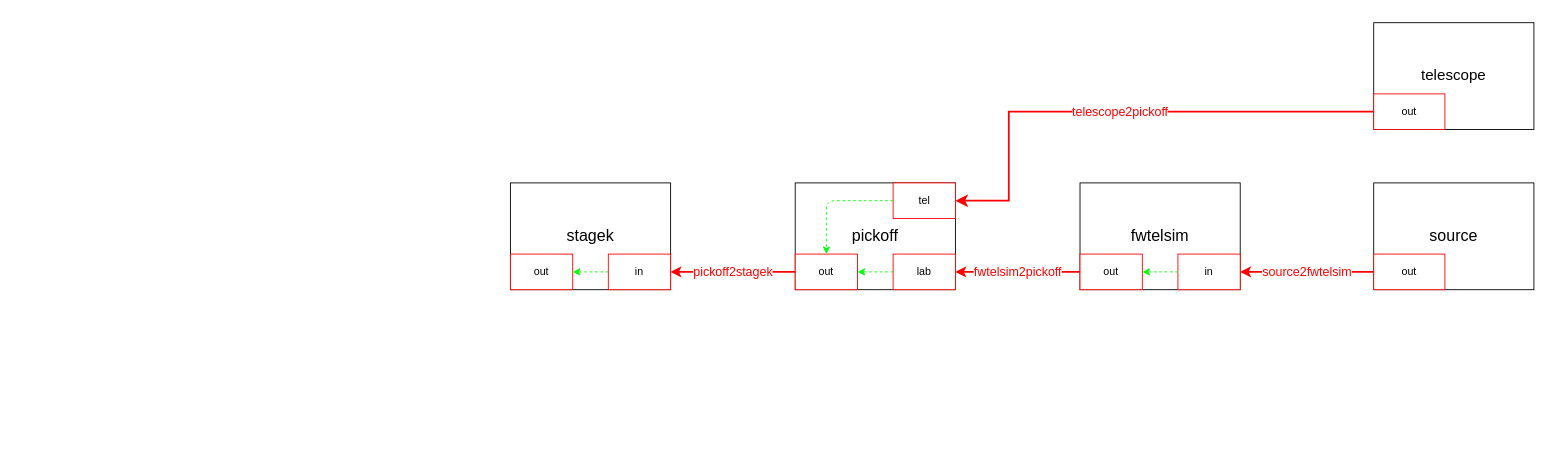
This is utils/instGraph/magaox.drawio from uasal/MagAOX-scoob, a draw.io file, before an edit. Source tidied: cells renumbered, new cells numbered last; positions are measured from the earlier drawing's top-left corner, leaving out a move shared by most shapes. Both pictures are drawn from the tidied source at 89%, with x=0, y=0 at pixel (510, 22).
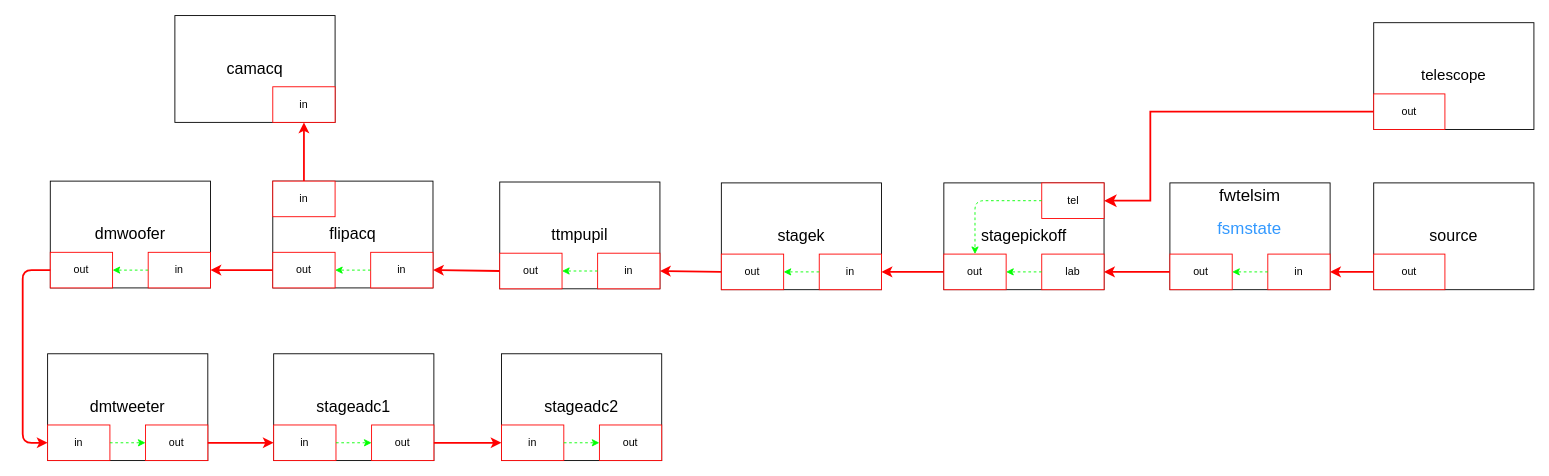
After the change.

Diff of the diagram source:
```diff
@@
-    <mxCell id="2" style="group;fontSize=14;labelBackgroundColor=none;fontColor=none;noLabel=1;" parent="1" vertex="1">
-      <mxGeometry x="970" width="180" height="120" as="geometry" />
-    </mxCell>
-    <mxCell id="3" value="telescope" style="rounded=0;whiteSpace=wrap;html=1;fontSize=17;" parent="2" vertex="1">
-      <mxGeometry width="180" height="120" as="geometry" />
+    <mxCell id="3" style="group;fontSize=14;labelBackgroundColor=none;fontColor=none;noLabel=1;" parent="1" vertex="1">
+      <mxGeometry x="970" width="180" height="120" as="geometry" />
     </mxCell>
+    <mxCell id="29" value="telescope" style="rounded=0;whiteSpace=wrap;html=1;fontSize=17;" parent="3" vertex="1">
+      <mxGeometry width="180" height="120" as="geometry" />
+    </mxCell>
-    <mxCell id="4" value="out" style="rounded=0;whiteSpace=wrap;html=1;strokeColor=#FF0000;" parent="2" vertex="1">
+    <mxCell id="4" value="out" style="rounded=0;whiteSpace=wrap;html=1;strokeColor=#FF0000;" parent="3" vertex="1">
       <mxGeometry y="80" width="80" height="40" as="geometry" />
     </mxCell>
-    <mxCell id="5" style="group;" parent="1" vertex="1">
-      <mxGeometry x="970" y="180" width="180" height="120" as="geometry" />
-    </mxCell>
-    <mxCell id="6" value="&lt;font style=&quot;font-size: 18px;&quot;&gt;source&lt;/font&gt;" style="rounded=0;whiteSpace=wrap;html=1;" parent="5" vertex="1">
-      <mxGeometry width="180" height="120" as="geometry" />
+    <mxCell id="6" style="group;" parent="1" vertex="1">
+      <mxGeometry x="970" y="180" width="180" height="120" as="geometry" />
     </mxCell>
+    <mxCell id="30" value="&lt;font style=&quot;font-size: 18px;&quot;&gt;source&lt;/font&gt;" style="rounded=0;whiteSpace=wrap;html=1;" parent="6" vertex="1">
+      <mxGeometry width="180" height="120" as="geometry" />
+    </mxCell>
-    <mxCell id="7" value="out" style="rounded=0;whiteSpace=wrap;html=1;strokeColor=#FF0000;" parent="5" vertex="1">
+    <mxCell id="7" value="out" style="rounded=0;whiteSpace=wrap;html=1;strokeColor=#FF0000;" parent="6" vertex="1">
       <mxGeometry y="80" width="80" height="40" as="geometry" />
     </mxCell>
-    <mxCell id="8" style="group;" parent="1" vertex="1">
-      <mxGeometry x="640" y="180" width="180" height="120" as="geometry" />
-    </mxCell>
-    <mxCell id="9" value="fwtelsim" style="rounded=0;whiteSpace=wrap;html=1;fontSize=18;" parent="8" vertex="1">
-      <mxGeometry width="180" height="120" as="geometry" />
+    <mxCell id="9" style="group;" parent="1" vertex="1">
+      <mxGeometry x="741" y="180" width="180" height="120" as="geometry" />
     </mxCell>
+    <mxCell id="31" style="rounded=0;whiteSpace=wrap;html=1;fontSize=18;" parent="9" vertex="1">
+      <mxGeometry width="180" height="120" as="geometry" />
+    </mxCell>
-    <mxCell id="10" value="in" style="rounded=0;whiteSpace=wrap;html=1;strokeColor=#FF0000;" parent="8" vertex="1">
+    <mxCell id="10" value="in" style="rounded=0;whiteSpace=wrap;html=1;strokeColor=#FF0000;" parent="9" vertex="1">
       <mxGeometry x="110" y="80" width="70" height="40" as="geometry" />
     </mxCell>
-    <mxCell id="11" value="out" style="rounded=0;whiteSpace=wrap;html=1;strokeColor=#FF0000;" parent="8" vertex="1">
+    <mxCell id="11" value="out" style="rounded=0;whiteSpace=wrap;html=1;strokeColor=#FF0000;" parent="9" vertex="1">
       <mxGeometry y="80" width="70" height="40" as="geometry" />
     </mxCell>
-    <mxCell id="12" style="endArrow=classic;html=1;exitX=0;exitY=0.5;exitDx=0;exitDy=0;entryX=1;entryY=0.5;entryDx=0;entryDy=0;strokeColor=#00FF00;dashed=1;" parent="8" edge="1" source="10" target="11">
+    <mxCell id="12" style="endArrow=classic;html=1;exitX=0;exitY=0.5;exitDx=0;exitDy=0;entryX=1;entryY=0.5;entryDx=0;entryDy=0;strokeColor=#00FF00;dashed=1;" parent="9" edge="1" source="10" target="11">
       <mxGeometry relative="1" as="geometry" />
     </mxCell>
-    <mxCell id="13" style="group;" parent="1" vertex="1">
-      <mxGeometry x="320" y="180" width="180" height="120" as="geometry" />
-    </mxCell>
-    <mxCell id="14" value="&lt;font style=&quot;font-size: 18px;&quot;&gt;pickoff&lt;/font&gt;" style="rounded=0;whiteSpace=wrap;html=1;" parent="13" vertex="1">
-      <mxGeometry width="180" height="120" as="geometry" />
-    </mxCell>
+    <mxCell id="32" value="fwtelsim" style="text;html=1;strokeColor=none;fillColor=none;align=center;verticalAlign=middle;whiteSpace=wrap;rounded=0;fontSize=19;" parent="9" vertex="1">
+      <mxGeometry x="1" width="178" height="30" as="geometry" />
+    </mxCell>
+    <mxCell id="33" value="fsmstate" style="text;html=1;strokeColor=none;fillColor=none;align=center;verticalAlign=middle;whiteSpace=wrap;rounded=0;fontSize=19;fontColor=#3399FF;" parent="9" vertex="1">
+      <mxGeometry x="-1" y="37" width="181" height="30" as="geometry" />
+    </mxCell>
+    <mxCell id="34" style="group;" parent="1" vertex="1">
+      <mxGeometry x="487" y="180" width="180" height="120" as="geometry" />
+    </mxCell>
+    <mxCell id="35" value="&lt;font style=&quot;font-size: 18px;&quot;&gt;stagepickoff&lt;/font&gt;" style="rounded=0;whiteSpace=wrap;html=1;" parent="34" vertex="1">
+      <mxGeometry width="180" height="120" as="geometry" />
+    </mxCell>
-    <mxCell id="15" value="tel" style="rounded=0;inwhiteSpace=wrap;html=1;strokeColor=#FF0000;" parent="13" vertex="1">
+    <mxCell id="15" value="tel" style="rounded=0;inwhiteSpace=wrap;html=1;strokeColor=#FF0000;" parent="34" vertex="1">
       <mxGeometry x="110" width="70" height="40" as="geometry" />
     </mxCell>
-    <mxCell id="16" value="lab" style="rounded=0;whiteSpace=wrap;html=1;strokeColor=#FF0000;" parent="13" vertex="1">
+    <mxCell id="16" value="lab" style="rounded=0;whiteSpace=wrap;html=1;strokeColor=#FF0000;" parent="34" vertex="1">
       <mxGeometry x="110" y="80" width="70" height="40" as="geometry" />
     </mxCell>
-    <mxCell id="17" value="out" style="rounded=0;whiteSpace=wrap;html=1;strokeColor=#FF0000;" parent="13" vertex="1">
-      <mxGeometry y="80" width="70" height="40" as="geometry" />
-    </mxCell>
-    <mxCell id="18" style="endArrow=classic;html=1;exitX=0;exitY=0.5;exitDx=0;exitDy=0;entryX=1;entryY=0.5;entryDx=0;entryDy=0;strokeColor=#00FF00;dashed=1;" parent="13" edge="1" source="16" target="17">
-      <mxGeometry relative="1" as="geometry" />
-    </mxCell>
-    <mxCell id="19" style="endArrow=classic;html=1;dashed=1;strokeColor=#00FF00;exitX=0;exitY=0.5;exitDx=0;exitDy=0;entryX=0.5;entryY=0;entryDx=0;entryDy=0;" parent="13" edge="1" source="15" target="17">
-      <mxGeometry relative="1" as="geometry">
-        <Array as="points">
-          <mxPoint x="35" y="20" />
-        </Array>
-      </mxGeometry>
-    </mxCell>
-    <mxCell id="20" style="group;" parent="1" vertex="1">
-      <mxGeometry y="180" width="180" height="120" as="geometry" />
-    </mxCell>
+    <mxCell id="36" value="out" style="rounded=0;whiteSpace=wrap;html=1;strokeColor=#FF0000;" parent="34" vertex="1">
+      <mxGeometry y="80" width="70" height="40" as="geometry" />
+    </mxCell>
+    <mxCell id="37" style="endArrow=classic;html=1;exitX=0;exitY=0.5;exitDx=0;exitDy=0;entryX=1;entryY=0.5;entryDx=0;entryDy=0;strokeColor=#00FF00;dashed=1;" parent="34" edge="1" source="16" target="36">
+      <mxGeometry relative="1" as="geometry" />
+    </mxCell>
+    <mxCell id="38" style="endArrow=classic;html=1;dashed=1;strokeColor=#00FF00;exitX=0;exitY=0.5;exitDx=0;exitDy=0;entryX=0.5;entryY=0;entryDx=0;entryDy=0;" parent="34" edge="1" source="15" target="36">
+      <mxGeometry relative="1" as="geometry">
+        <Array as="points">
+          <mxPoint x="35" y="20" />
+        </Array>
+      </mxGeometry>
+    </mxCell>
-    <mxCell id="21" value="stagek" style="rounded=0;whiteSpace=wrap;html=1;fontSize=18;" parent="20" vertex="1">
-      <mxGeometry width="180" height="120" as="geometry" />
+    <mxCell id="21" style="group;" parent="1" vertex="1">
+      <mxGeometry x="237" y="180" width="180" height="120" as="geometry" />
     </mxCell>
+    <mxCell id="39" value="stagek" style="rounded=0;whiteSpace=wrap;html=1;fontSize=18;" parent="21" vertex="1">
+      <mxGeometry width="180" height="120" as="geometry" />
+    </mxCell>
-    <mxCell id="22" value="in" style="rounded=0;whiteSpace=wrap;html=1;strokeColor=#FF0000;" parent="20" vertex="1">
+    <mxCell id="22" value="in" style="rounded=0;whiteSpace=wrap;html=1;strokeColor=#FF0000;" parent="21" vertex="1">
       <mxGeometry x="110" y="80" width="70" height="40" as="geometry" />
     </mxCell>
-    <mxCell id="23" value="out" style="rounded=0;whiteSpace=wrap;html=1;strokeColor=#FF0000;" parent="20" vertex="1">
+    <mxCell id="23" value="out" style="rounded=0;whiteSpace=wrap;html=1;strokeColor=#FF0000;" parent="21" vertex="1">
       <mxGeometry y="80" width="70" height="40" as="geometry" />
     </mxCell>
-    <mxCell id="24" style="endArrow=classic;html=1;dashed=1;strokeColor=#00FF00;exitX=0;exitY=0.5;exitDx=0;exitDy=0;entryX=1;entryY=0.5;entryDx=0;entryDy=0;" parent="20" edge="1" source="22" target="23">
+    <mxCell id="24" style="endArrow=classic;html=1;dashed=1;strokeColor=#00FF00;exitX=0;exitY=0.5;exitDx=0;exitDy=0;entryX=1;entryY=0.5;entryDx=0;entryDy=0;" parent="21" edge="1" source="22" target="23">
       <mxGeometry relative="1" as="geometry" />
     </mxCell>
-    <mxCell id="25" value="telescope2pickoff" style="edgeStyle=elbowEdgeStyle;elbow=horizontal;endArrow=classic;html=1;curved=0;rounded=0;endSize=8;startSize=8;entryX=1;entryY=0.5;entryDx=0;entryDy=0;exitX=0;exitY=0.5;exitDx=0;exitDy=0;strokeColor=#FF0000;strokeWidth=2;fontColor=#FF0000;fontSize=14;" parent="1" edge="1" source="4" target="15">
+    <mxCell id="25" style="edgeStyle=elbowEdgeStyle;elbow=horizontal;endArrow=classic;html=1;curved=0;rounded=0;endSize=8;startSize=8;entryX=1;entryY=0.5;entryDx=0;entryDy=0;exitX=0;exitY=0.5;exitDx=0;exitDy=0;strokeColor=#FF0000;strokeWidth=2;fontColor=#FF0000;fontSize=14;" parent="1" edge="1" source="4" target="15">
       <mxGeometry relative="1" as="geometry">
         <Array as="points">
-          <mxPoint x="560" y="180" />
+          <mxPoint x="719" y="145" />
         </Array>
       </mxGeometry>
     </mxCell>
-    <mxCell id="26" value="source2fwtelsim" style="endArrow=classic;html=1;exitX=0;exitY=0.5;exitDx=0;exitDy=0;entryX=1;entryY=0.5;entryDx=0;entryDy=0;strokeColor=#FF0000;strokeWidth=2;fontColor=#FF0000;fontSize=14;" parent="1" edge="1" source="7" target="10">
+    <mxCell id="26" style="endArrow=classic;html=1;exitX=0;exitY=0.5;exitDx=0;exitDy=0;entryX=1;entryY=0.5;entryDx=0;entryDy=0;strokeColor=#FF0000;strokeWidth=2;fontColor=#FF0000;fontSize=14;" parent="1" edge="1" source="7" target="10">
       <mxGeometry relative="1" as="geometry" />
     </mxCell>
-    <mxCell id="27" value="fwtelsim2pickoff" style="endArrow=classic;html=1;exitX=0;exitY=0.5;exitDx=0;exitDy=0;entryX=1;entryY=0.5;entryDx=0;entryDy=0;strokeColor=#FF0000;strokeWidth=2;fontColor=#FF0000;fontSize=14;" parent="1" edge="1" source="11" target="16">
+    <mxCell id="27" style="endArrow=classic;html=1;exitX=0;exitY=0.5;exitDx=0;exitDy=0;entryX=1;entryY=0.5;entryDx=0;entryDy=0;strokeColor=#FF0000;strokeWidth=2;fontColor=#FF0000;fontSize=14;" parent="1" edge="1" source="11" target="16">
       <mxGeometry relative="1" as="geometry" />
     </mxCell>
-    <mxCell id="28" value="pickoff2stagek" style="endArrow=classic;html=1;exitX=0;exitY=0.5;exitDx=0;exitDy=0;entryX=1;entryY=0.5;entryDx=0;entryDy=0;strokeColor=#FF0000;strokeWidth=2;fontColor=#FF0000;fontSize=14;" parent="1" edge="1" source="17" target="22">
-      <mxGeometry relative="1" as="geometry" />
-    </mxCell>
+    <mxCell id="40" style="endArrow=classic;html=1;exitX=0;exitY=0.5;exitDx=0;exitDy=0;entryX=1;entryY=0.5;entryDx=0;entryDy=0;strokeColor=#FF0000;strokeWidth=2;fontColor=#FF0000;fontSize=14;" parent="1" edge="1" source="36" target="22">
+      <mxGeometry relative="1" as="geometry" />
+    </mxCell>
+    <mxCell id="41" style="group;" parent="1" vertex="1">
+      <mxGeometry x="-12" y="179" width="180" height="120" as="geometry" />
+    </mxCell>
+    <mxCell id="42" value="ttmpupil" style="rounded=0;whiteSpace=wrap;html=1;fontSize=18;" parent="41" vertex="1">
+      <mxGeometry width="180" height="120" as="geometry" />
+    </mxCell>
+    <mxCell id="43" value="in" style="rounded=0;whiteSpace=wrap;html=1;strokeColor=#FF0000;" parent="41" vertex="1">
+      <mxGeometry x="110" y="80" width="70" height="40" as="geometry" />
+    </mxCell>
+    <mxCell id="44" value="out" style="rounded=0;whiteSpace=wrap;html=1;strokeColor=#FF0000;" parent="41" vertex="1">
+      <mxGeometry y="80" width="70" height="40" as="geometry" />
+    </mxCell>
+    <mxCell id="45" style="endArrow=classic;html=1;dashed=1;strokeColor=#00FF00;exitX=0;exitY=0.5;exitDx=0;exitDy=0;entryX=1;entryY=0.5;entryDx=0;entryDy=0;" parent="41" edge="1" source="43" target="44">
+      <mxGeometry relative="1" as="geometry" />
+    </mxCell>
+    <mxCell id="46" style="endArrow=classic;html=1;exitX=0;exitY=0.5;exitDx=0;exitDy=0;entryX=1;entryY=0.5;entryDx=0;entryDy=0;strokeColor=#FF0000;strokeWidth=2;fontColor=#FF0000;fontSize=14;" parent="1" edge="1" source="23" target="43">
+      <mxGeometry relative="1" as="geometry" />
+    </mxCell>
+    <mxCell id="47" style="group;" parent="1" vertex="1">
+      <mxGeometry x="-267" y="178" width="180" height="120" as="geometry" />
+    </mxCell>
+    <mxCell id="48" value="flipacq" style="rounded=0;whiteSpace=wrap;html=1;fontSize=18;" parent="47" vertex="1">
+      <mxGeometry width="180" height="120" as="geometry" />
+    </mxCell>
+    <mxCell id="49" value="in" style="rounded=0;whiteSpace=wrap;html=1;strokeColor=#FF0000;" parent="47" vertex="1">
+      <mxGeometry x="110" y="80" width="70" height="40" as="geometry" />
+    </mxCell>
+    <mxCell id="50" value="out" style="rounded=0;whiteSpace=wrap;html=1;strokeColor=#FF0000;" parent="47" vertex="1">
+      <mxGeometry y="80" width="70" height="40" as="geometry" />
+    </mxCell>
+    <mxCell id="51" style="endArrow=classic;html=1;dashed=1;strokeColor=#00FF00;exitX=0;exitY=0.5;exitDx=0;exitDy=0;entryX=1;entryY=0.5;entryDx=0;entryDy=0;" parent="47" edge="1" source="49" target="50">
+      <mxGeometry relative="1" as="geometry" />
+    </mxCell>
+    <mxCell id="52" value="in" style="rounded=0;whiteSpace=wrap;html=1;strokeColor=#FF0000;" parent="47" vertex="1">
+      <mxGeometry width="70" height="40" as="geometry" />
+    </mxCell>
+    <mxCell id="53" style="endArrow=classic;html=1;strokeColor=#FF0000;strokeWidth=2;fontColor=#FF0000;fontSize=14;entryX=1;entryY=0.5;entryDx=0;entryDy=0;exitX=0;exitY=0.5;exitDx=0;exitDy=0;" parent="1" edge="1" source="44" target="49">
+      <mxGeometry relative="1" as="geometry" />
+    </mxCell>
+    <mxCell id="54" style="group;" parent="1" vertex="1">
+      <mxGeometry x="-377" y="-8" width="180" height="120" as="geometry" />
+    </mxCell>
+    <mxCell id="55" value="camacq" style="rounded=0;whiteSpace=wrap;html=1;fontSize=18;" parent="54" vertex="1">
+      <mxGeometry width="180" height="120" as="geometry" />
+    </mxCell>
+    <mxCell id="56" value="in" style="rounded=0;whiteSpace=wrap;html=1;strokeColor=#FF0000;" parent="54" vertex="1">
+      <mxGeometry x="110" y="80" width="70" height="40" as="geometry" />
+    </mxCell>
+    <mxCell id="57" style="endArrow=classic;html=1;strokeColor=#FF0000;strokeWidth=2;fontColor=#FF0000;fontSize=14;entryX=0.5;entryY=1;entryDx=0;entryDy=0;exitX=0.5;exitY=0;exitDx=0;exitDy=0;" parent="1" edge="1" source="52" target="56">
+      <mxGeometry relative="1" as="geometry" />
+    </mxCell>
+    <mxCell id="58" style="group;" parent="1" vertex="1">
+      <mxGeometry x="-517" y="178" width="180" height="120" as="geometry" />
+    </mxCell>
+    <mxCell id="59" value="dmwoofer" style="rounded=0;whiteSpace=wrap;html=1;fontSize=18;" parent="58" vertex="1">
+      <mxGeometry width="180" height="120" as="geometry" />
+    </mxCell>
+    <mxCell id="60" value="in" style="rounded=0;whiteSpace=wrap;html=1;strokeColor=#FF0000;" parent="58" vertex="1">
+      <mxGeometry x="110" y="80" width="70" height="40" as="geometry" />
+    </mxCell>
+    <mxCell id="61" value="out" style="rounded=0;whiteSpace=wrap;html=1;strokeColor=#FF0000;" parent="58" vertex="1">
+      <mxGeometry y="80" width="70" height="40" as="geometry" />
+    </mxCell>
+    <mxCell id="62" style="endArrow=classic;html=1;dashed=1;strokeColor=#00FF00;exitX=0;exitY=0.5;exitDx=0;exitDy=0;entryX=1;entryY=0.5;entryDx=0;entryDy=0;" parent="58" edge="1" source="60" target="61">
+      <mxGeometry relative="1" as="geometry" />
+    </mxCell>
+    <mxCell id="63" style="endArrow=classic;html=1;strokeColor=#FF0000;strokeWidth=2;fontColor=#FF0000;fontSize=14;entryX=1;entryY=0.5;entryDx=0;entryDy=0;exitX=0;exitY=0.5;exitDx=0;exitDy=0;" parent="1" edge="1" source="50" target="60">
+      <mxGeometry relative="1" as="geometry" />
+    </mxCell>
+    <mxCell id="64" style="group;" parent="1" vertex="1">
+      <mxGeometry x="-520" y="372" width="180" height="120" as="geometry" />
+    </mxCell>
+    <mxCell id="65" value="dmtweeter" style="rounded=0;whiteSpace=wrap;html=1;fontSize=18;" parent="64" vertex="1">
+      <mxGeometry width="180" height="120" as="geometry" />
+    </mxCell>
+    <mxCell id="66" value="in" style="rounded=0;whiteSpace=wrap;html=1;strokeColor=#FF0000;" parent="64" vertex="1">
+      <mxGeometry y="80" width="70" height="40" as="geometry" />
+    </mxCell>
+    <mxCell id="67" value="out" style="rounded=0;whiteSpace=wrap;html=1;strokeColor=#FF0000;" parent="64" vertex="1">
+      <mxGeometry x="110" y="80" width="70" height="40" as="geometry" />
+    </mxCell>
+    <mxCell id="68" style="endArrow=classic;html=1;dashed=1;strokeColor=#00FF00;exitX=1;exitY=0.5;exitDx=0;exitDy=0;entryX=0;entryY=0.5;entryDx=0;entryDy=0;" parent="64" edge="1" source="66" target="67">
+      <mxGeometry relative="1" as="geometry" />
+    </mxCell>
+    <mxCell id="69" style="endArrow=classic;html=1;strokeColor=#FF0000;strokeWidth=2;fontColor=#FF0000;fontSize=14;exitX=0;exitY=0.5;exitDx=0;exitDy=0;entryX=0;entryY=0.5;entryDx=0;entryDy=0;" parent="1" edge="1" source="61" target="66">
+      <mxGeometry relative="1" as="geometry">
+        <Array as="points">
+          <mxPoint x="-548" y="278" />
+          <mxPoint x="-548" y="472" />
+        </Array>
+      </mxGeometry>
+    </mxCell>
+    <mxCell id="70" style="group;" parent="1" vertex="1">
+      <mxGeometry x="-266" y="372" width="180" height="120" as="geometry" />
+    </mxCell>
+    <mxCell id="71" value="stageadc1" style="rounded=0;whiteSpace=wrap;html=1;fontSize=18;" parent="70" vertex="1">
+      <mxGeometry width="180" height="120" as="geometry" />
+    </mxCell>
+    <mxCell id="72" value="in" style="rounded=0;whiteSpace=wrap;html=1;strokeColor=#FF0000;" parent="70" vertex="1">
+      <mxGeometry y="80" width="70" height="40" as="geometry" />
+    </mxCell>
+    <mxCell id="73" value="out" style="rounded=0;whiteSpace=wrap;html=1;strokeColor=#FF0000;" parent="70" vertex="1">
+      <mxGeometry x="110" y="80" width="70" height="40" as="geometry" />
+    </mxCell>
+    <mxCell id="74" style="endArrow=classic;html=1;dashed=1;strokeColor=#00FF00;exitX=1;exitY=0.5;exitDx=0;exitDy=0;entryX=0;entryY=0.5;entryDx=0;entryDy=0;" parent="70" edge="1" source="72" target="73">
+      <mxGeometry relative="1" as="geometry" />
+    </mxCell>
+    <mxCell id="75" style="endArrow=classic;html=1;strokeColor=#FF0000;strokeWidth=2;fontColor=#FF0000;fontSize=14;entryX=0;entryY=0.5;entryDx=0;entryDy=0;exitX=1;exitY=0.5;exitDx=0;exitDy=0;" parent="1" edge="1" source="67" target="72">
+      <mxGeometry relative="1" as="geometry" />
+    </mxCell>
+    <mxCell id="76" style="group;" parent="1" vertex="1">
+      <mxGeometry x="-10" y="372" width="180" height="120" as="geometry" />
+    </mxCell>
+    <mxCell id="77" value="stageadc2" style="rounded=0;whiteSpace=wrap;html=1;fontSize=18;" parent="76" vertex="1">
+      <mxGeometry width="180" height="120" as="geometry" />
+    </mxCell>
+    <mxCell id="78" value="in" style="rounded=0;whiteSpace=wrap;html=1;strokeColor=#FF0000;" parent="76" vertex="1">
+      <mxGeometry y="80" width="70" height="40" as="geometry" />
+    </mxCell>
+    <mxCell id="79" value="out" style="rounded=0;whiteSpace=wrap;html=1;strokeColor=#FF0000;" parent="76" vertex="1">
+      <mxGeometry x="110" y="80" width="70" height="40" as="geometry" />
+    </mxCell>
+    <mxCell id="80" style="endArrow=classic;html=1;dashed=1;strokeColor=#00FF00;exitX=1;exitY=0.5;exitDx=0;exitDy=0;entryX=0;entryY=0.5;entryDx=0;entryDy=0;" parent="76" edge="1" source="78" target="79">
+      <mxGeometry relative="1" as="geometry" />
+    </mxCell>
+    <mxCell id="81" style="endArrow=classic;html=1;strokeColor=#FF0000;strokeWidth=2;fontColor=#FF0000;fontSize=14;entryX=0;entryY=0.5;entryDx=0;entryDy=0;exitX=1;exitY=0.5;exitDx=0;exitDy=0;" parent="1" edge="1" source="73" target="78">
+      <mxGeometry relative="1" as="geometry" />
+    </mxCell>
```
